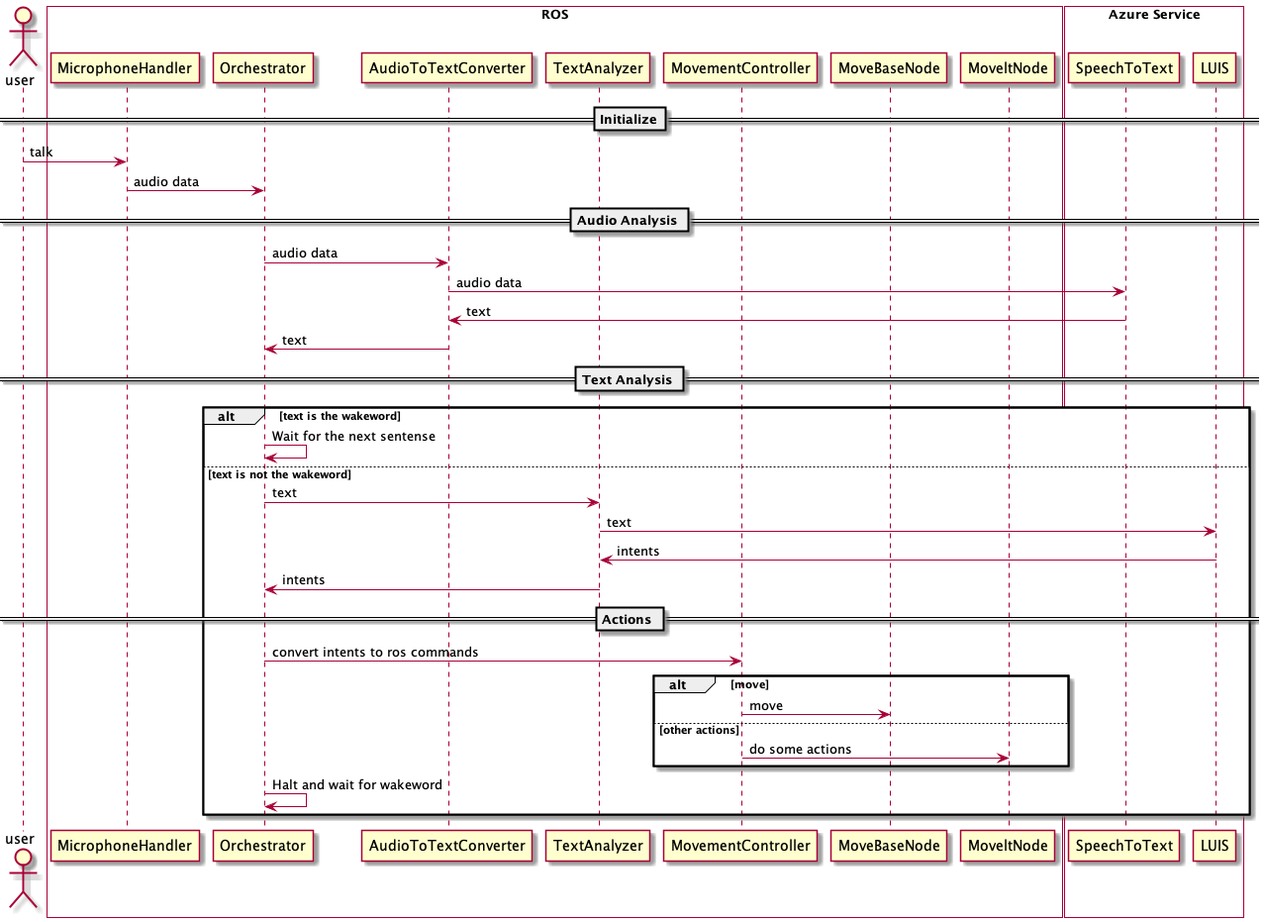
This is docs/images/out/endtoend/endtoend.png from 04diiguyi/ros_msft_luis, a PlantUML export, as it was before one commit. Source of this version:
```plantuml
@startuml

actor user

box "ROS" #White
participant MicrophoneHandler
participant Orchestrator
participant AudioToTextConverter
participant TextAnalyzer
participant MovementController
participant MoveBaseNode
participant MoveltNode

end box

box "Azure Service" #White
participant SpeechToText
participant LUIS
end box

== Initialize==

user -> MicrophoneHandler: talk

MicrophoneHandler -> Orchestrator: audio data

== Audio Analysis ==

Orchestrator -> AudioToTextConverter: audio data
AudioToTextConverter -> SpeechToText: audio data
SpeechToText -> AudioToTextConverter: text
AudioToTextConverter -> Orchestrator: text

== Text Analysis ==

alt text is the wakeword
    Orchestrator -> Orchestrator: Wait for the next sentense
else text is not the wakeword
    Orchestrator -> TextAnalyzer: text
    TextAnalyzer -> LUIS: text
    LUIS -> TextAnalyzer: intents
    TextAnalyzer -> Orchestrator: intents

== Actions ==
    Orchestrator -> MovementController: convert intents to ros commands

    alt move
        MovementController -> MoveBaseNode: move
    else other actions
        MovementController -> MoveltNode: do some actions
    end

    Orchestrator -> Orchestrator: Halt and wait for wakeword
end

@enduml
```
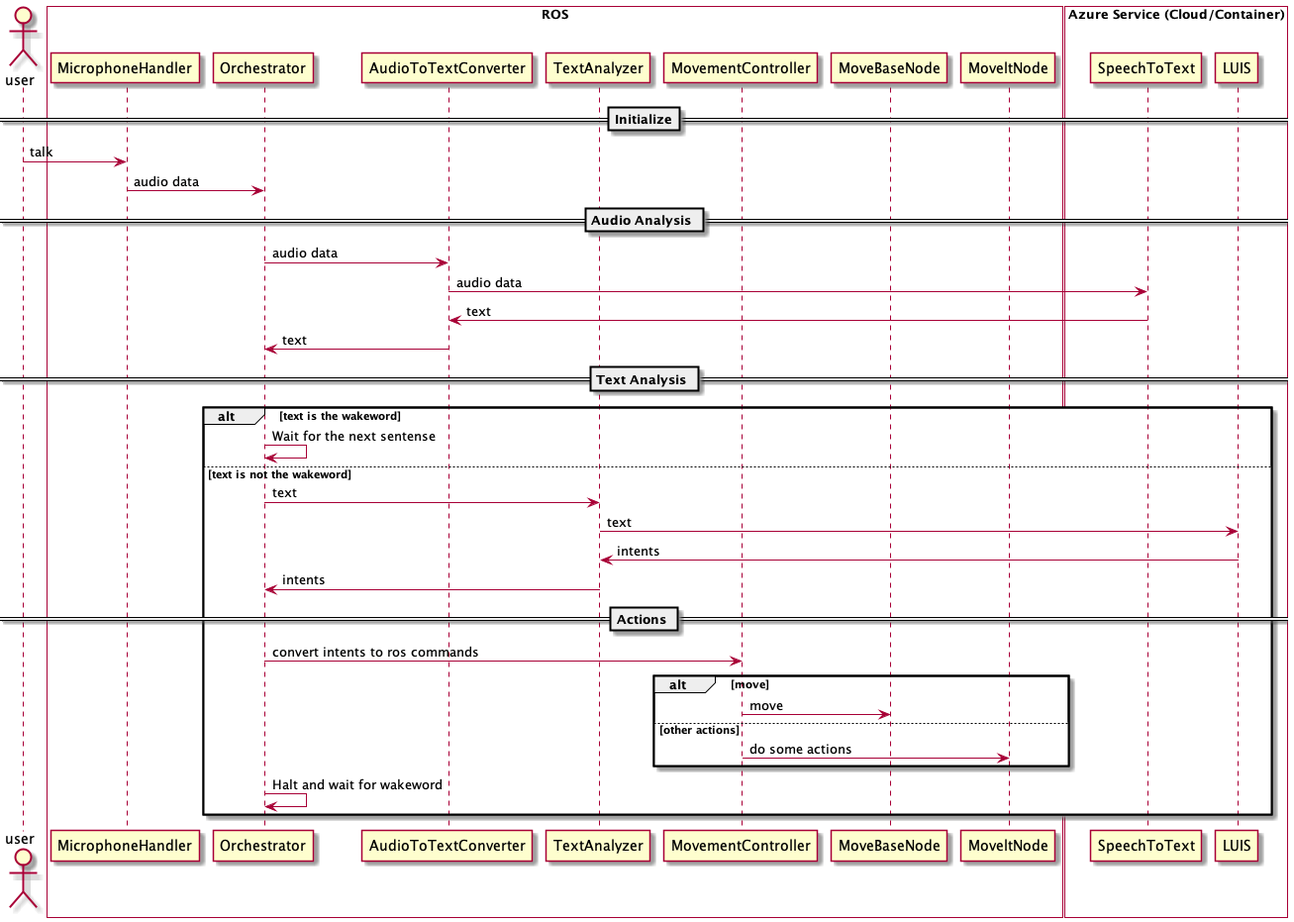
After the commit.

The edit, as a diff of the source:
```diff
@@ -13,7 +13,7 @@
 
 end box
 
-box "Azure Service" #White
+box "Azure Service (Cloud/Container)" #White
 participant SpeechToText
 participant LUIS
 end box
```
